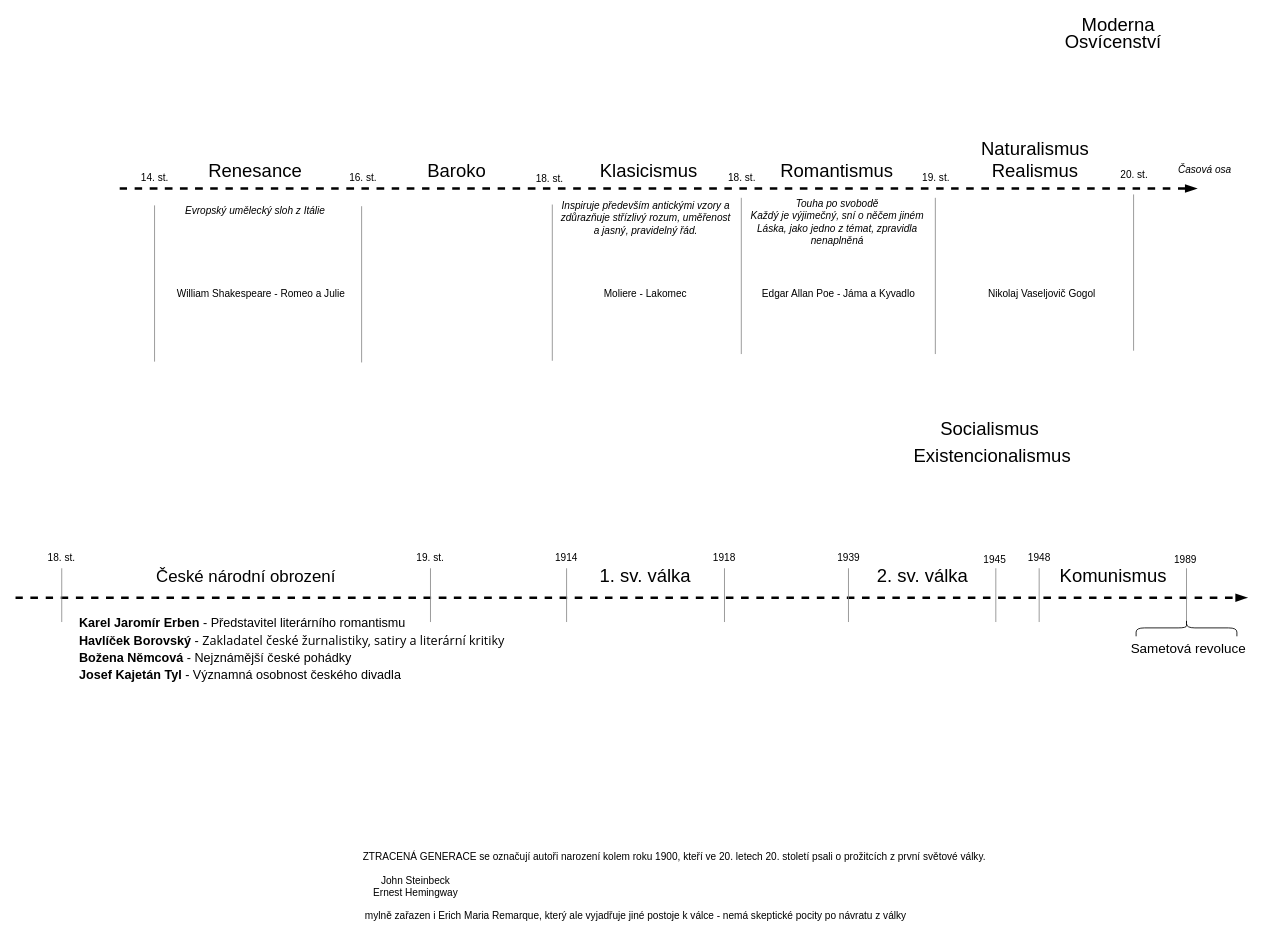
This is drawio/Untitled Diagram.drawio from GeorgeSikora/MaturitaCJ, a draw.io file, before an edit. Source tidied: cells renumbered, new cells numbered last; positions are measured from the earlier drawing's top-left corner, leaving out a move shared by most shapes. Both pictures are drawn from the tidied source at 84%, with x=0, y=0 at pixel (15, 17).
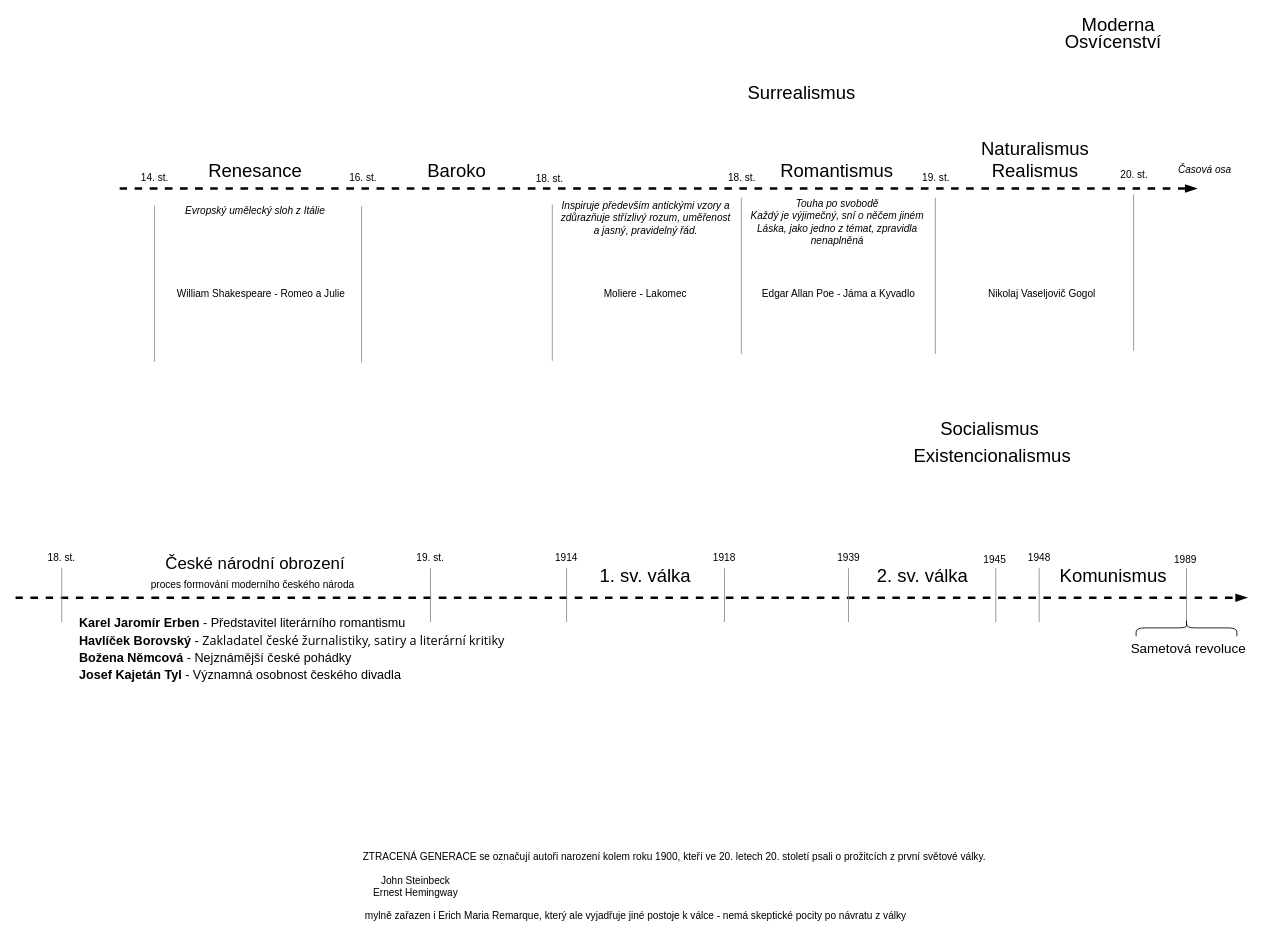
The same diagram, later.

Diff of the diagram source:
```diff
@@
-    <mxCell id="9" value="&lt;font style=&quot;font-size: 22px&quot;&gt;Klasicismus&lt;/font&gt;" style="text;html=1;strokeColor=none;fillColor=none;align=center;verticalAlign=middle;whiteSpace=wrap;rounded=0;" parent="1" vertex="1">
-      <mxGeometry x="667" y="174" width="174" height="20" as="geometry" />
+    <mxCell id="9" value="&lt;font style=&quot;font-size: 22px&quot;&gt;Surrealismus&lt;/font&gt;" style="text;html=1;strokeColor=none;fillColor=none;align=center;verticalAlign=middle;whiteSpace=wrap;rounded=0;" parent="1" vertex="1">
+      <mxGeometry x="849" y="81" width="174" height="20" as="geometry" />
     </mxCell>
@@
     <mxCell id="52" value="&lt;div class=&quot;ii04i59q jq4qci2q g9io39s2 oo9gr5id&quot; dir=&quot;auto&quot; style=&quot;font-family: inherit ; font-size: 20px ; line-height: 20px&quot;&gt;České národní obrození&lt;/div&gt;&lt;div&gt;&lt;b&gt;&lt;br&gt;&lt;/b&gt;&lt;/div&gt;" style="text;html=1;strokeColor=none;fillColor=none;align=center;verticalAlign=middle;whiteSpace=wrap;rounded=0;" parent="1" vertex="1">
-      <mxGeometry x="57" y="655" width="435" height="35" as="geometry" />
+      <mxGeometry x="68" y="646" width="435" height="21" as="geometry" />
     </mxCell>
@@
+    <mxCell id="60" value="proces formování moderního českého národa" style="text;html=1;align=center;verticalAlign=middle;strokeColor=none;fillColor=none;" parent="1" vertex="1">
+      <mxGeometry x="156" y="667" width="252" height="18" as="geometry" />
+    </mxCell>
```
